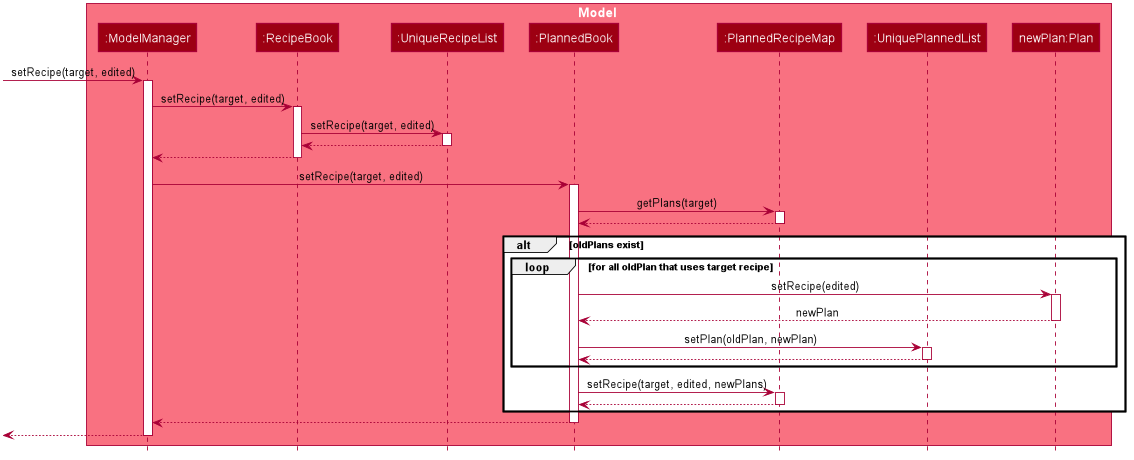
The PlantUML diagram docs/images/EditModelSequenceDiagram.png in nus-cs2103-AY1920S2/addressbook-level3, before a commit. The source it was exported from:
```plantuml
@startuml








skinparam BackgroundColor #FFFFFFF

skinparam Shadowing false

skinparam Class {
    FontColor #FFFFFF
    BorderThickness 1
    BorderColor #FFFFFF
    StereotypeFontColor #FFFFFF
    FontName Arial
}

skinparam Actor {
    BorderColor #000000
    Color #000000
    FontName Arial
}

skinparam Sequence {
    MessageAlign center
    BoxFontSize 15
    BoxPadding 0
    BoxFontColor #FFFFFF
    FontName Arial
}

skinparam Participant {
    FontColor #FFFFFFF
    Padding 20
}

skinparam MinClassWidth 50
skinparam ParticipantPadding 10
skinparam Shadowing false
skinparam DefaultTextAlignment center
skinparam packageStyle Rectangle

hide footbox
hide members
hide circle

box Model #F97181
participant ":ModelManager" as ModelManager #9D0012
participant ":RecipeBook" as RecipeBook #9D0012
participant ":UniqueRecipeList" as UniqueRecipeList #9D0012
participant ":PlannedBook" as PlannedBook #9D0012
participant ":PlannedRecipeMap" as PlannedRecipeMap #9D0012
participant ":UniquePlannedList" as UniquePlannedList #9D0012
participant "newPlan:Plan" as Plan #9D0012
end box

[-> ModelManager : setRecipe(target, edited)
activate ModelManager

ModelManager -> RecipeBook : setRecipe(target, edited)
activate RecipeBook

RecipeBook -> UniqueRecipeList : setRecipe(target, edited)
activate UniqueRecipeList

UniqueRecipeList --> RecipeBook
deactivate UniqueRecipeList

RecipeBook --> ModelManager
deactivate RecipeBook

ModelManager -> PlannedBook : setRecipe(target, edited)
activate PlannedBook

PlannedBook -> PlannedRecipeMap : getPlans(target)
activate PlannedRecipeMap

PlannedRecipeMap --> PlannedBook
deactivate PlannedRecipeMap

alt oldPlans exist
    loop for all oldPlan that uses target recipe

        PlannedBook -> Plan : setRecipe(edited)
        activate Plan

        Plan --> PlannedBook : newPlan
        deactivate Plan

        PlannedBook -> UniquePlannedList : setPlan(oldPlan, newPlan)
        activate UniquePlannedList

        UniquePlannedList --> PlannedBook
        deactivate UniquePlannedList
    end

    PlannedBook -> PlannedRecipeMap : setRecipe(target, edited, newPlans)
    activate PlannedRecipeMap

    PlannedRecipeMap --> PlannedBook
    deactivate PlannedRecipeMap

end

PlannedBook --> ModelManager
deactivate PlannedBook


[<-- ModelManager
deactivate ModelManager

@enduml
```
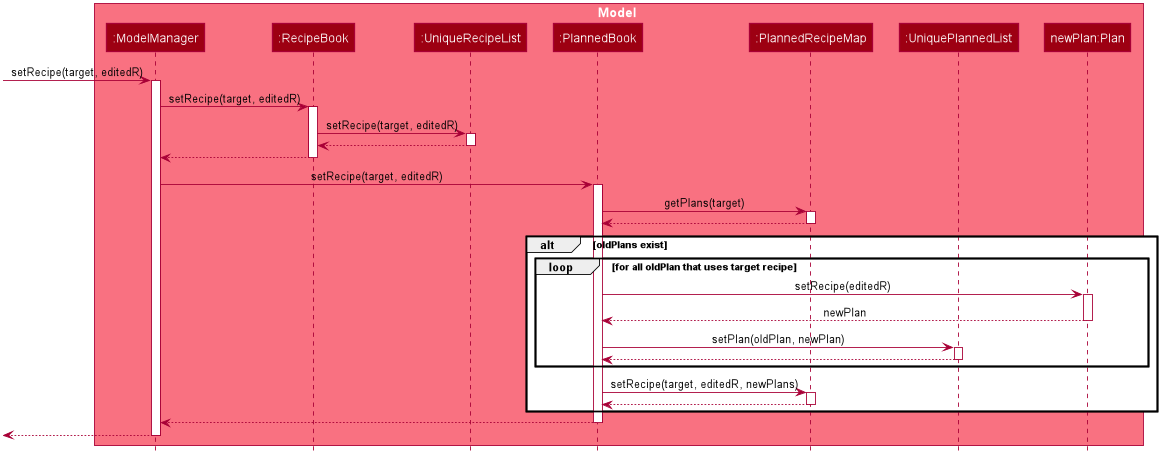
Above is the later version.

The edit, as a diff of the source:
```diff
@@ -58,13 +58,13 @@
 participant "newPlan:Plan" as Plan #9D0012
 end box
 
-[-> ModelManager : setRecipe(target, edited)
+[-> ModelManager : setRecipe(target, editedR)
 activate ModelManager
 
-ModelManager -> RecipeBook : setRecipe(target, edited)
+ModelManager -> RecipeBook : setRecipe(target, editedR)
 activate RecipeBook
 
-RecipeBook -> UniqueRecipeList : setRecipe(target, edited)
+RecipeBook -> UniqueRecipeList : setRecipe(target, editedR)
 activate UniqueRecipeList
 
 UniqueRecipeList --> RecipeBook
@@ -73,7 +73,7 @@
 RecipeBook --> ModelManager
 deactivate RecipeBook
 
-ModelManager -> PlannedBook : setRecipe(target, edited)
+ModelManager -> PlannedBook : setRecipe(target, editedR)
 activate PlannedBook
 
 PlannedBook -> PlannedRecipeMap : getPlans(target)
@@ -85,7 +85,7 @@
 alt oldPlans exist
     loop for all oldPlan that uses target recipe
 
-        PlannedBook -> Plan : setRecipe(edited)
+        PlannedBook -> Plan : setRecipe(editedR)
         activate Plan
 
         Plan --> PlannedBook : newPlan
@@ -98,7 +98,7 @@
         deactivate UniquePlannedList
     end
 
-    PlannedBook -> PlannedRecipeMap : setRecipe(target, edited, newPlans)
+    PlannedBook -> PlannedRecipeMap : setRecipe(target, editedR, newPlans)
     activate PlannedRecipeMap
 
     PlannedRecipeMap --> PlannedBook
```
